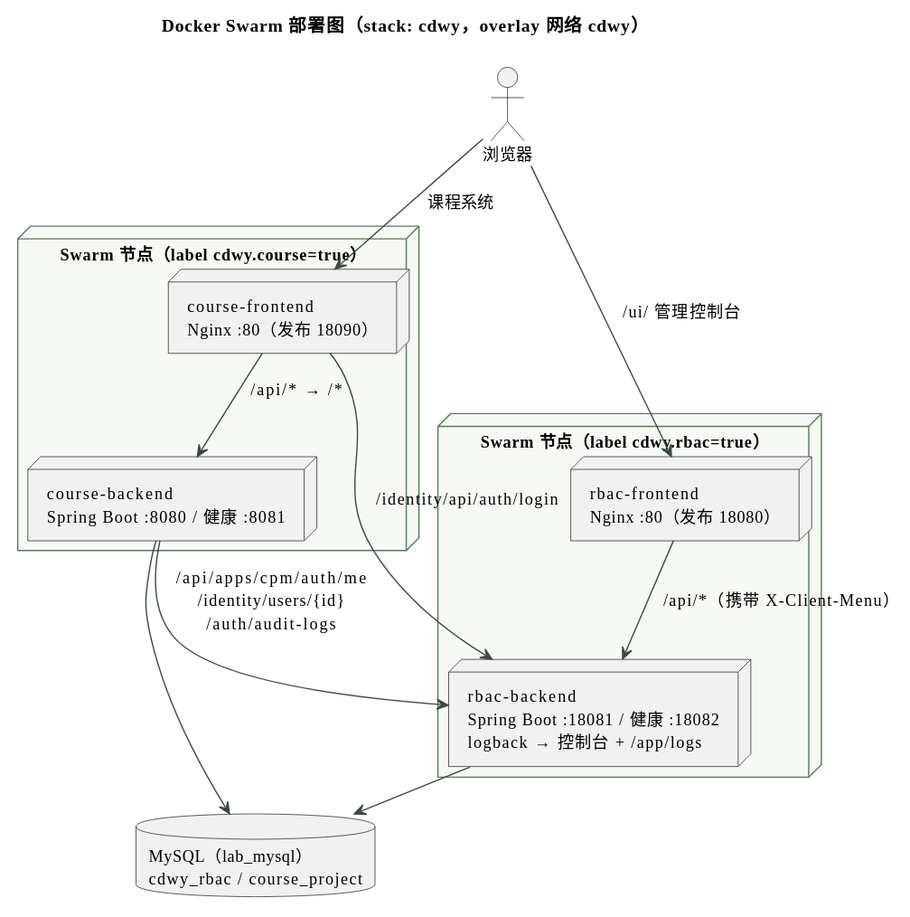
This is docs/second-review/images/deployment-swarm.svg from Re1lya/ooad, a PlantUML export, as it was before one commit. The source it was exported from:
```plantuml
@startuml
!include common.iuml
!pragma layout smetana
title Docker Swarm 部署图（stack: cdwy，overlay 网络 cdwy）
actor 浏览器
node "Swarm 节点（label cdwy.rbac=true）" {
  node "rbac-frontend\nNginx :80（发布 18080）" as RF
  node "rbac-backend\nSpring Boot :18081 / 健康 :18082\nlogback → 控制台 + /app/logs" as RB
}
node "Swarm 节点（label cdwy.course=true）" {
  node "course-frontend\nNginx :80（发布 18090）" as CF
  node "course-backend\nSpring Boot :8080 / 健康 :8081" as CBK
}
database "MySQL（lab_mysql）\ncdwy_rbac / course_project" as DB
浏览器 --> RF : /ui/ 管理控制台
浏览器 --> CF : 课程系统
RF --> RB : /api/*（携带 X-Client-Menu）
CF --> CBK : /api/* → /*
CF --> RB : /identity/api/auth/login
CBK --> RB : /api/apps/cpm/auth/me\n/identity/users/{id}\n/auth/audit-logs
RB --> DB
CBK --> DB
@enduml
```
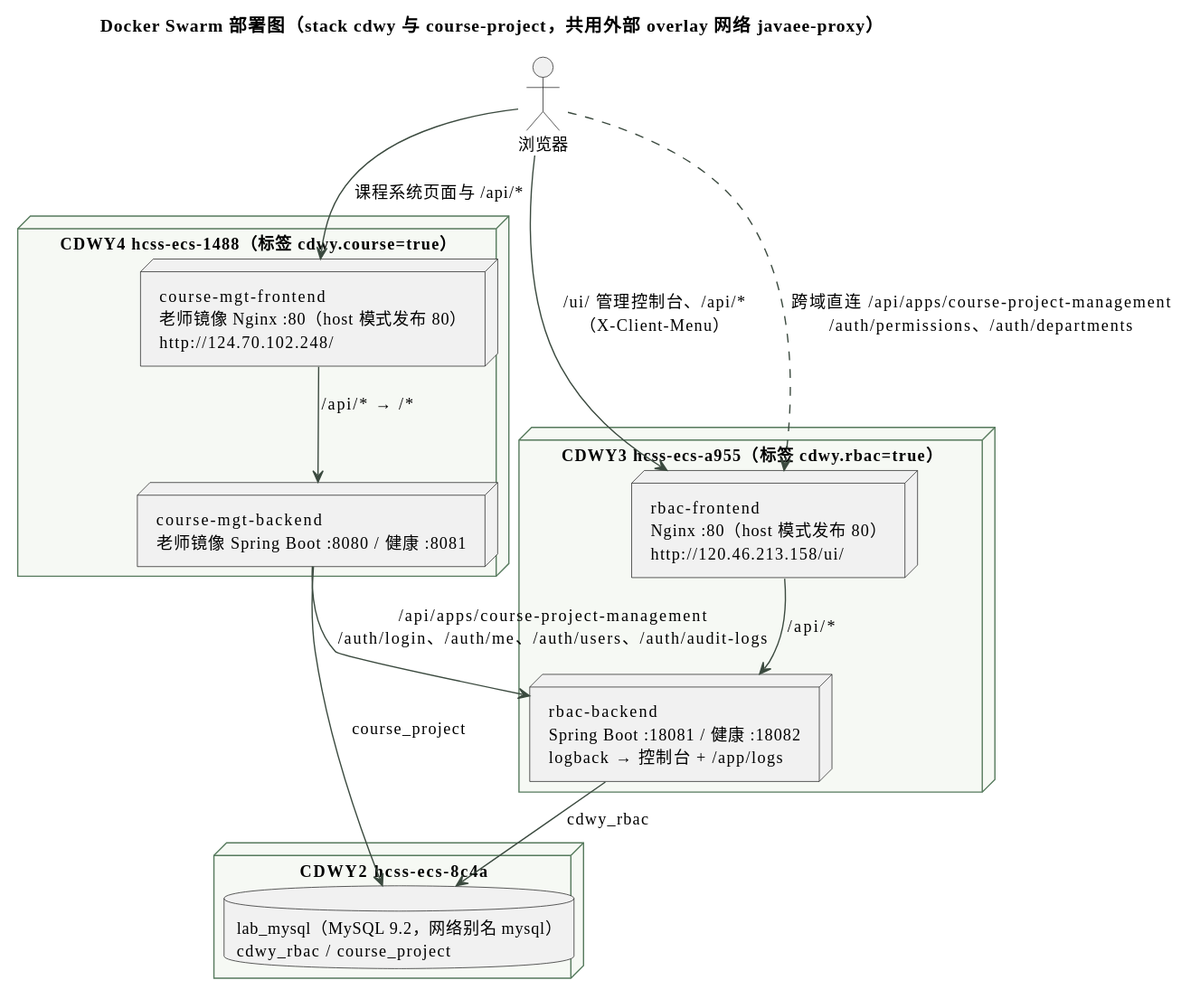
The same file after the commit.

Change to the diagram source:
```diff
@@ -1,23 +1,25 @@
 @startuml
 !include common.iuml
 !pragma layout smetana
-title Docker Swarm 部署图（stack: cdwy，overlay 网络 cdwy）
+title Docker Swarm 部署图（stack cdwy 与 course-project，共用外部 overlay 网络 javaee-proxy）
 actor 浏览器
-node "Swarm 节点（label cdwy.rbac=true）" {
-  node "rbac-frontend\nNginx :80（发布 18080）" as RF
+node "CDWY3 hcss-ecs-a955（标签 cdwy.rbac=true）" {
+  node "rbac-frontend\nNginx :80（host 模式发布 80）\nhttp://120.46.213.158/ui/" as RF
   node "rbac-backend\nSpring Boot :18081 / 健康 :18082\nlogback → 控制台 + /app/logs" as RB
 }
-node "Swarm 节点（label cdwy.course=true）" {
-  node "course-frontend\nNginx :80（发布 18090）" as CF
-  node "course-backend\nSpring Boot :8080 / 健康 :8081" as CBK
+node "CDWY4 hcss-ecs-1488（标签 cdwy.course=true）" {
+  node "course-mgt-frontend\n老师镜像 Nginx :80（host 模式发布 80）\nhttp://124.70.102.248/" as CF
+  node "course-mgt-backend\n老师镜像 Spring Boot :8080 / 健康 :8081" as CBK
 }
-database "MySQL（lab_mysql）\ncdwy_rbac / course_project" as DB
-浏览器 --> RF : /ui/ 管理控制台
-浏览器 --> CF : 课程系统
-RF --> RB : /api/*（携带 X-Client-Menu）
+node "CDWY2 hcss-ecs-8c4a" {
+  database "lab_mysql（MySQL 9.2，网络别名 mysql）\ncdwy_rbac / course_project" as DB
+}
+浏览器 --> RF : /ui/ 管理控制台、/api/*\n（X-Client-Menu）
+浏览器 --> CF : 课程系统页面与 /api/*
+浏览器 ..> RF : 跨域直连 /api/apps/course-project-management\n/auth/permissions、/auth/departments
+RF --> RB : /api/*
 CF --> CBK : /api/* → /*
-CF --> RB : /identity/api/auth/login
-CBK --> RB : /api/apps/cpm/auth/me\n/identity/users/{id}\n/auth/audit-logs
-RB --> DB
-CBK --> DB
+CBK --> RB : /api/apps/course-project-management\n/auth/login、/auth/me、/auth/users、/auth/audit-logs
+RB --> DB : cdwy_rbac
+CBK --> DB : course_project
 @enduml
```
